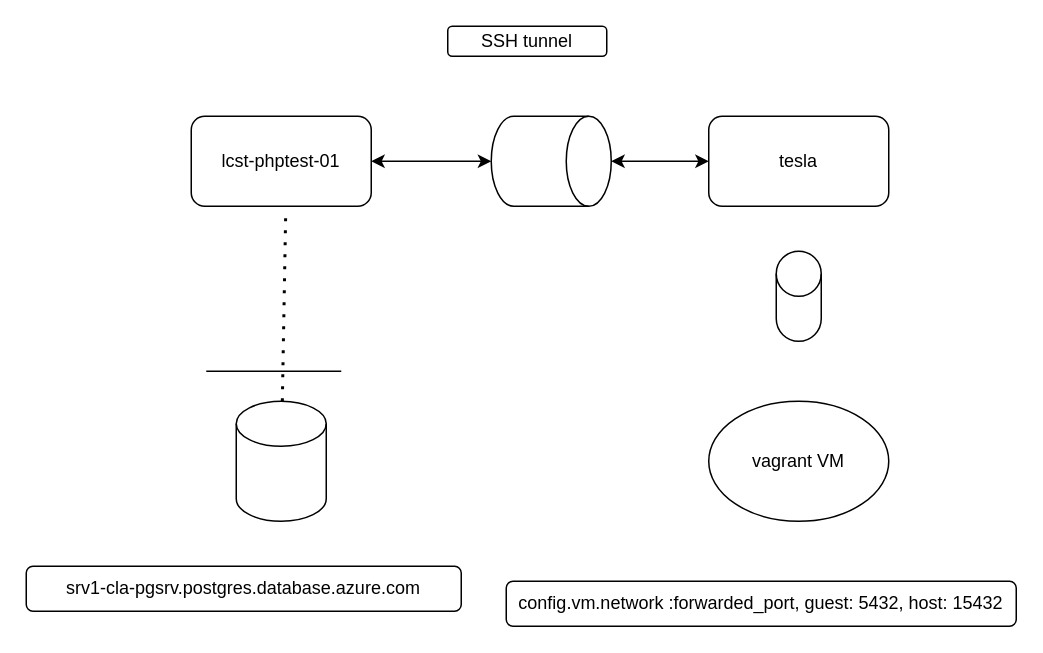
The draw.io diagram Untitled Diagram.drawio in enmacc/Registro, before the edit. Source tidied: cells renumbered, new cells numbered last; positions are measured from the earlier drawing's top-left corner, leaving out a move shared by most shapes. Both pictures are drawn from the tidied source at 150%, with x=0, y=0 at pixel (26, 26).
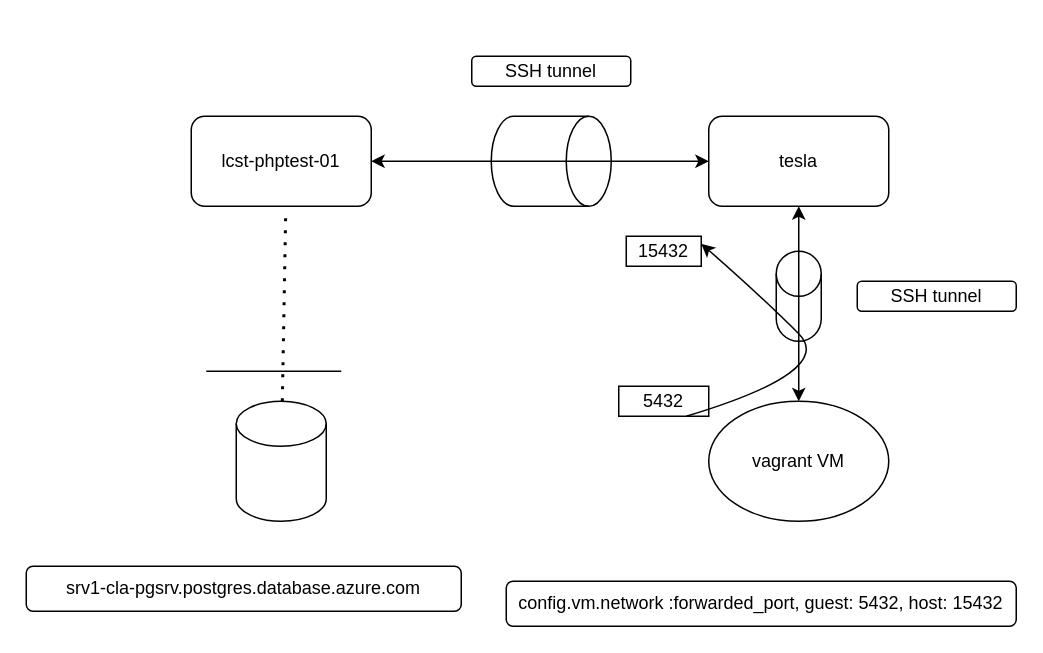
The same diagram, later.

The change refers to these unchanged cells:
```xml
<mxCell id="2" value="lcst-phptest-01" style="rounded=1;whiteSpace=wrap;html=1;" parent="1" vertex="1">
  <mxGeometry x="110" y="60" width="120" height="60" as="geometry" />
</mxCell>
<mxCell id="7" value="tesla" style="rounded=1;whiteSpace=wrap;html=1;" parent="1" vertex="1">
  <mxGeometry x="455" y="60" width="120" height="60" as="geometry" />
</mxCell>
<mxCell id="9" value="vagrant VM" style="ellipse;whiteSpace=wrap;html=1;" parent="1" vertex="1">
  <mxGeometry x="455" y="250" width="120" height="80" as="geometry" />
</mxCell>
<mxCell id="13" style="shape=cylinder3;whiteSpace=wrap;html=1;boundedLbl=1;backgroundOutline=1;size=15;rotation=90;" parent="1" vertex="1">
  <mxGeometry x="320" y="50" width="60" height="80" as="geometry" />
</mxCell>
```

Change to the diagram source:
```diff
@@
     <mxCell id="8" value="SSH tunnel" style="rounded=1;whiteSpace=wrap;html=1;" parent="1" vertex="1">
-      <mxGeometry x="281" width="106" height="20" as="geometry" />
+      <mxGeometry x="297" y="20" width="106" height="20" as="geometry" />
     </mxCell>
@@
-    <mxCell id="12" style="endArrow=classic;startArrow=classic;html=1;entryX=0;entryY=0.5;entryDx=0;entryDy=0;" parent="1" edge="1" source="13" target="7">
-      <mxGeometry relative="1" as="geometry" />
-    </mxCell>
@@
-    <mxCell id="14" style="endArrow=classic;startArrow=classic;html=1;exitX=1;exitY=0.5;exitDx=0;exitDy=0;" parent="1" edge="1" source="2" target="13">
-      <mxGeometry relative="1" as="geometry" />
-    </mxCell>
+    <mxCell id="15" style="endArrow=classic;startArrow=classic;html=1;entryX=0.5;entryY=1;entryDx=0;entryDy=0;" parent="1" edge="1" source="9" target="7">
+      <mxGeometry relative="1" as="geometry" />
+    </mxCell>
+    <mxCell id="16" style="endArrow=classic;startArrow=classic;html=1;entryX=0;entryY=0.5;entryDx=0;entryDy=0;exitX=1;exitY=0.5;exitDx=0;exitDy=0;" parent="1" edge="1" source="2" target="7">
+      <mxGeometry relative="1" as="geometry" />
+    </mxCell>
+    <mxCell id="17" value="SSH tunnel" style="rounded=1;whiteSpace=wrap;html=1;" parent="1" vertex="1">
+      <mxGeometry x="554" y="170" width="106" height="20" as="geometry" />
+    </mxCell>
+    <mxCell id="18" value="5432" style="rounded=0;whiteSpace=wrap;html=1;" parent="1" vertex="1">
+      <mxGeometry x="395" y="240" width="60" height="20" as="geometry" />
+    </mxCell>
+    <mxCell id="19" value="15432" style="rounded=0;whiteSpace=wrap;html=1;" parent="1" vertex="1">
+      <mxGeometry x="400" y="140" width="50" height="20" as="geometry" />
+    </mxCell>
+    <mxCell id="20" style="curved=1;endArrow=classic;html=1;exitX=0.75;exitY=1;exitDx=0;exitDy=0;entryX=1;entryY=0.25;entryDx=0;entryDy=0;" parent="1" edge="1" source="18" target="19">
+      <mxGeometry relative="1" as="geometry">
+        <Array as="points">
+          <mxPoint x="540" y="230" />
+          <mxPoint x="490" y="180" />
+        </Array>
+      </mxGeometry>
+    </mxCell>
```
